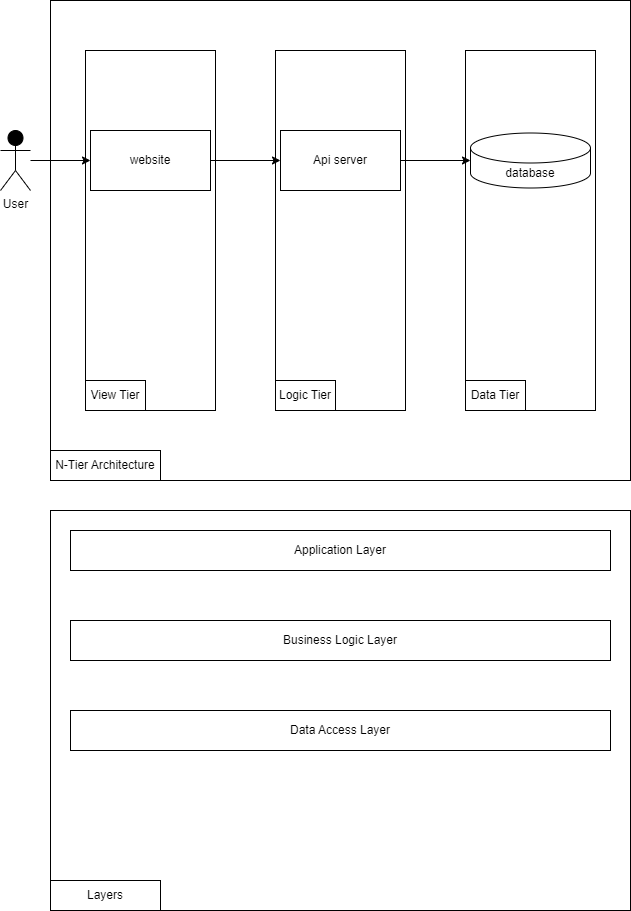
ffarps/Fitness keeps this draw.io diagram as arch.drawio.png. Above is the earlier version. Source tidied: cells renumbered, new cells last; positions are measured from the earlier drawing's top-left corner, leaving out a move shared by most shapes.
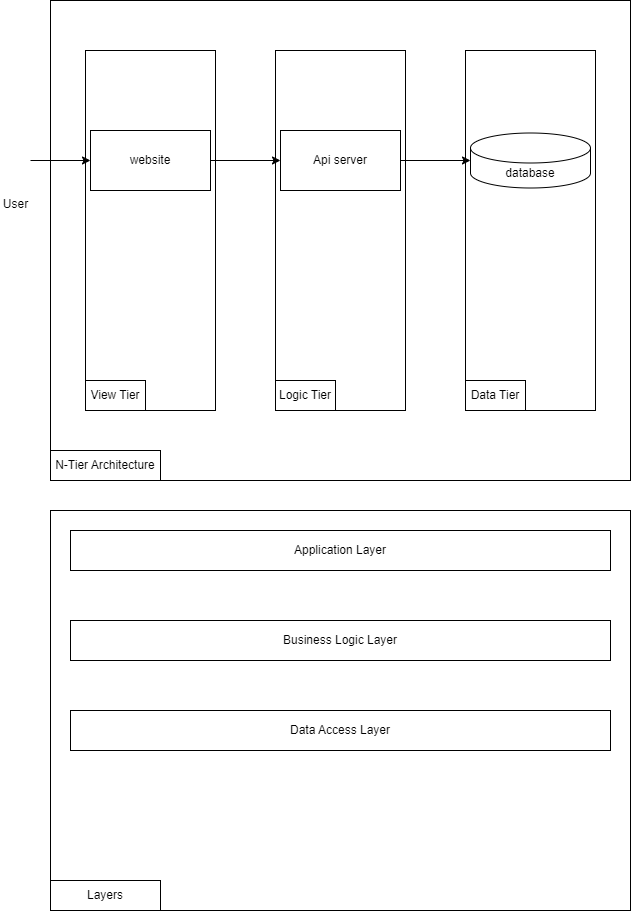
After the change.

Change to the diagram source:
```diff
@@ -23,7 +23,7 @@
     <mxCell id="8" style="edgeStyle=orthogonalEdgeStyle;rounded=0;jettySize=auto;html=1;strokeColor=#000000;fontColor=#000000;" parent="1" edge="1" source="9" target="12">
       <mxGeometry relative="1" as="geometry" />
     </mxCell>
-    <mxCell id="9" value="User" style="shape=umlActor;verticalLabelPosition=bottom;verticalAlign=top;html=1;outlineConnect=0;strokeColor=#000000;fontColor=#000000;fillColor=#000000;" parent="1" vertex="1">
+    <mxCell id="9" value="User" style="shape=umlActor;verticalLabelPosition=bottom;verticalAlign=top;html=1;outlineConnect=0;strokeColor=#FFFFFF;fontColor=#000000;fillColor=#FFFFFF;" parent="1" vertex="1">
       <mxGeometry y="130" width="30" height="60" as="geometry" />
     </mxCell>
     <mxCell id="10" value="View Tier" style="text;html=1;strokeColor=#000000;fillColor=none;align=center;verticalAlign=middle;whiteSpace=wrap;rounded=0;fontColor=#000000;" parent="1" vertex="1">
```
